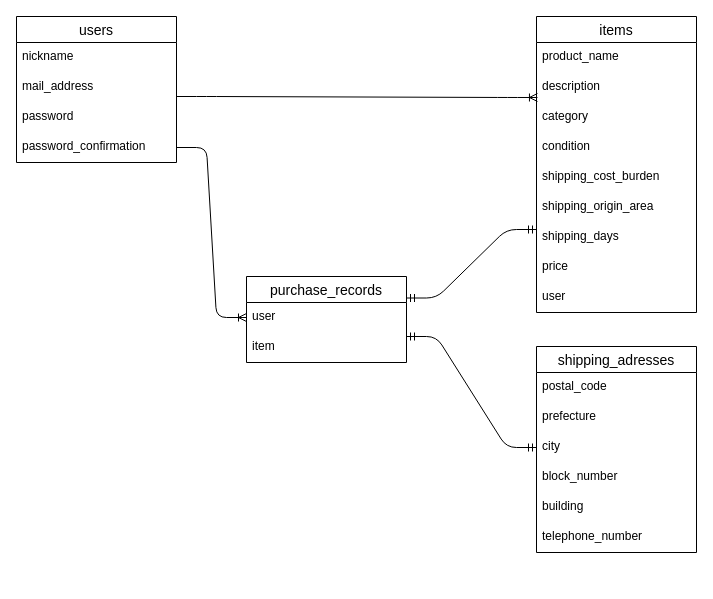
Before: FURIMA-39324.dio in masaru-kunimatsu/furima-39324, a draw.io diagram. Source tidied: cells renumbered, new cells numbered last; positions are measured from the earlier drawing's top-left corner, leaving out a move shared by most shapes. Both pictures are drawn from the tidied source at 100%, with x=0, y=0 at pixel (16, 16).
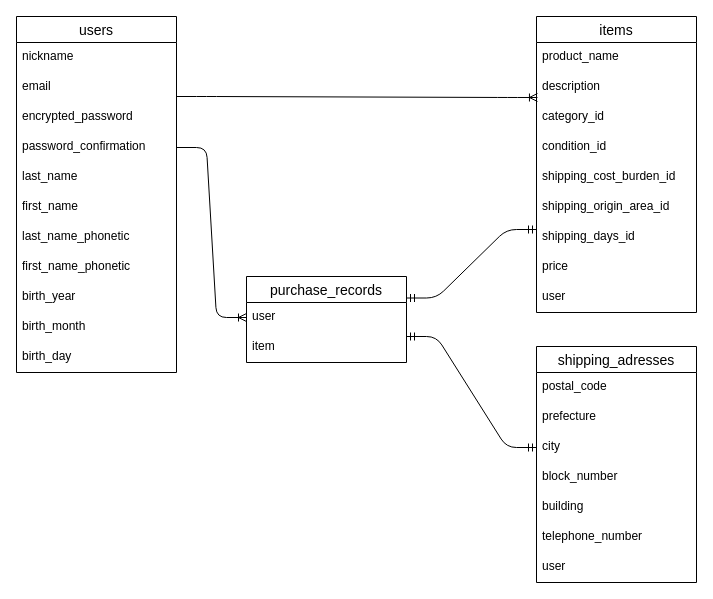
After the change.

Unchanged cells that the change refers to:
```xml
<mxCell id="7" value="items" style="swimlane;fontStyle=0;horizontal=1;startSize=26;align=center;fontSize=14;" parent="1" vertex="1">
  <mxGeometry x="520" width="160" height="296" as="geometry" />
</mxCell>
```

Change to the diagram source:
```diff
@@
     <mxCell id="2" value="users" style="swimlane;fontStyle=0;horizontal=1;startSize=26;align=center;fontSize=14;" parent="1" vertex="1">
-      <mxGeometry width="160" height="146" as="geometry" />
+      <mxGeometry width="160" height="356" as="geometry" />
     </mxCell>
@@
-    <mxCell id="4" value="mail_address" style="text;strokeColor=none;fillColor=none;spacingLeft=4;spacingRight=4;overflow=hidden;fontSize=12;" parent="2" vertex="1">
+    <mxCell id="4" value="email" style="text;strokeColor=none;fillColor=none;spacingLeft=4;spacingRight=4;overflow=hidden;fontSize=12;" parent="2" vertex="1">
       <mxGeometry y="56" width="160" height="30" as="geometry" />
     </mxCell>
-    <mxCell id="5" value="password" style="text;strokeColor=none;fillColor=none;spacingLeft=4;spacingRight=4;overflow=hidden;fontSize=12;" parent="2" vertex="1">
+    <mxCell id="5" value="encrypted_password" style="text;strokeColor=none;fillColor=none;spacingLeft=4;spacingRight=4;overflow=hidden;fontSize=12;" parent="2" vertex="1">
       <mxGeometry y="86" width="160" height="30" as="geometry" />
     </mxCell>
@@
+    <mxCell id="31" value="last_name" style="text;strokeColor=none;fillColor=none;spacingLeft=4;spacingRight=4;overflow=hidden;fontSize=12;" parent="2" vertex="1">
+      <mxGeometry y="146" width="160" height="30" as="geometry" />
+    </mxCell>
+    <mxCell id="32" value="first_name" style="text;strokeColor=none;fillColor=none;spacingLeft=4;spacingRight=4;overflow=hidden;fontSize=12;" parent="2" vertex="1">
+      <mxGeometry y="176" width="160" height="30" as="geometry" />
+    </mxCell>
+    <mxCell id="33" value="last_name_phonetic" style="text;strokeColor=none;fillColor=none;spacingLeft=4;spacingRight=4;overflow=hidden;fontSize=12;" parent="2" vertex="1">
+      <mxGeometry y="206" width="160" height="30" as="geometry" />
+    </mxCell>
+    <mxCell id="34" value="first_name_phonetic" style="text;strokeColor=none;fillColor=none;spacingLeft=4;spacingRight=4;overflow=hidden;fontSize=12;" parent="2" vertex="1">
+      <mxGeometry y="236" width="160" height="30" as="geometry" />
+    </mxCell>
+    <mxCell id="35" value="birth_year" style="text;strokeColor=none;fillColor=none;spacingLeft=4;spacingRight=4;overflow=hidden;fontSize=12;" parent="2" vertex="1">
+      <mxGeometry y="266" width="160" height="30" as="geometry" />
+    </mxCell>
+    <mxCell id="36" value="birth_month" style="text;strokeColor=none;fillColor=none;spacingLeft=4;spacingRight=4;overflow=hidden;fontSize=12;" parent="2" vertex="1">
+      <mxGeometry y="296" width="160" height="30" as="geometry" />
+    </mxCell>
+    <mxCell id="37" value="birth_day" style="text;strokeColor=none;fillColor=none;spacingLeft=4;spacingRight=4;overflow=hidden;fontSize=12;" parent="2" vertex="1">
+      <mxGeometry y="326" width="160" height="30" as="geometry" />
+    </mxCell>
@@
-    <mxCell id="10" value="category" style="text;strokeColor=none;fillColor=none;spacingLeft=4;spacingRight=4;overflow=hidden;fontSize=12;" parent="7" vertex="1">
+    <mxCell id="10" value="category_id" style="text;strokeColor=none;fillColor=none;spacingLeft=4;spacingRight=4;overflow=hidden;fontSize=12;" parent="7" vertex="1">
       <mxGeometry y="86" width="160" height="30" as="geometry" />
     </mxCell>
-    <mxCell id="11" value="condition" style="text;strokeColor=none;fillColor=none;spacingLeft=4;spacingRight=4;overflow=hidden;fontSize=12;" parent="7" vertex="1">
+    <mxCell id="11" value="condition_id" style="text;strokeColor=none;fillColor=none;spacingLeft=4;spacingRight=4;overflow=hidden;fontSize=12;" parent="7" vertex="1">
       <mxGeometry y="116" width="160" height="30" as="geometry" />
     </mxCell>
-    <mxCell id="12" value="shipping_cost_burden" style="text;strokeColor=none;fillColor=none;spacingLeft=4;spacingRight=4;overflow=hidden;fontSize=12;" parent="7" vertex="1">
+    <mxCell id="12" value="shipping_cost_burden_id" style="text;strokeColor=none;fillColor=none;spacingLeft=4;spacingRight=4;overflow=hidden;fontSize=12;" parent="7" vertex="1">
       <mxGeometry y="146" width="160" height="30" as="geometry" />
     </mxCell>
-    <mxCell id="13" value="shipping_origin_area" style="text;strokeColor=none;fillColor=none;spacingLeft=4;spacingRight=4;overflow=hidden;fontSize=12;" parent="7" vertex="1">
+    <mxCell id="13" value="shipping_origin_area_id" style="text;strokeColor=none;fillColor=none;spacingLeft=4;spacingRight=4;overflow=hidden;fontSize=12;" parent="7" vertex="1">
       <mxGeometry y="176" width="160" height="30" as="geometry" />
     </mxCell>
-    <mxCell id="14" value="shipping_days" style="text;strokeColor=none;fillColor=none;spacingLeft=4;spacingRight=4;overflow=hidden;fontSize=12;" parent="7" vertex="1">
+    <mxCell id="14" value="shipping_days_id" style="text;strokeColor=none;fillColor=none;spacingLeft=4;spacingRight=4;overflow=hidden;fontSize=12;" parent="7" vertex="1">
       <mxGeometry y="206" width="160" height="30" as="geometry" />
     </mxCell>
@@
     <mxCell id="20" value="shipping_adresses" style="swimlane;fontStyle=0;horizontal=1;startSize=26;align=center;fontSize=14;" parent="1" vertex="1">
-      <mxGeometry x="520" y="330" width="160" height="206" as="geometry" />
+      <mxGeometry x="520" y="330" width="160" height="236" as="geometry" />
     </mxCell>
@@
+    <mxCell id="38" value="user" style="text;strokeColor=none;fillColor=none;spacingLeft=4;spacingRight=4;overflow=hidden;fontSize=12;" parent="20" vertex="1">
+      <mxGeometry y="206" width="160" height="30" as="geometry" />
+    </mxCell>
```
